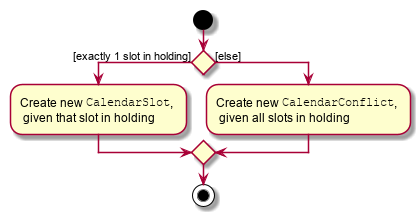
Above: docs/images/dev-guide/CalendarNewRegionHoldingActivityDiagram.png in umaikaze/main (PlantUML), before the change. Source of this version:
```plantuml
@startuml NewRegionHoldingActivityDiagram
start

if () then ([exactly 1 slot in holding])
    :Create new ""CalendarSlot"", \n given that slot in holding;
else ([else])
    :Create new ""CalendarConflict"", \n given all slots in holding;
endif;

stop
@enduml
```
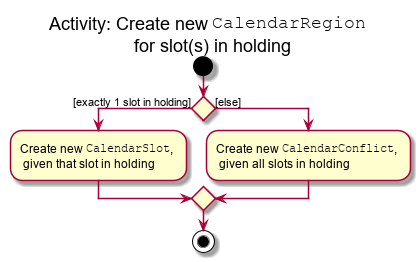
Above is the later version.

The edit, as a diff of the source:
```diff
@@ -1,4 +1,5 @@
-@startuml NewRegionHoldingActivityDiagram
+@startuml CalendarNewRegionHoldingActivityDiagram
+title Activity: Create new ""CalendarRegion"" \n for slot(s) in holding
 start
 
 if () then ([exactly 1 slot in holding])
```
